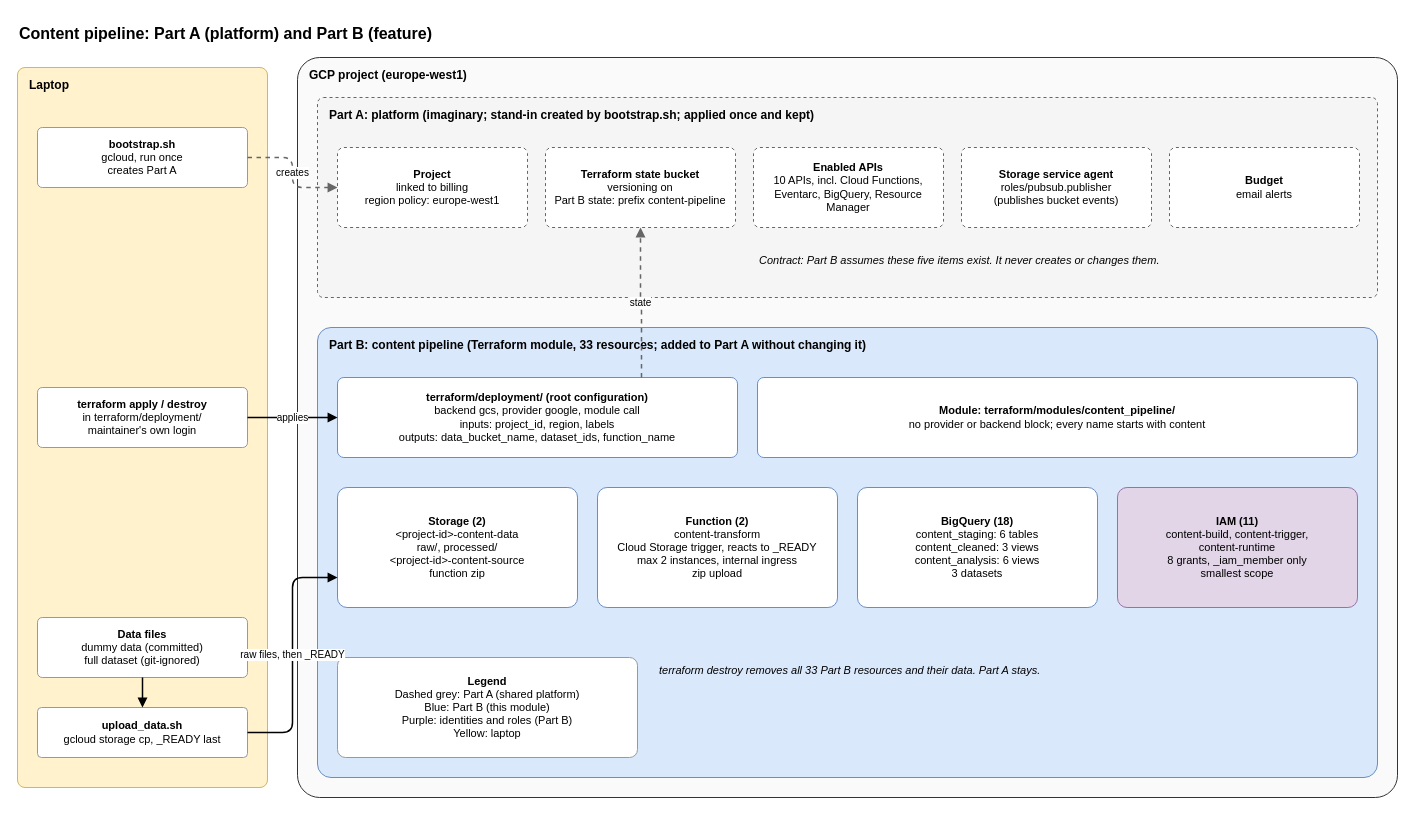
Above: page "Part A and Part B" (1 of 2) of assets/gcp-intelligence-platform/architecture.drawio in beatanemeth/gcp-content-intelligence-platform_planning (draw.io), before the change. Source tidied: cells renumbered, new cells numbered last; positions are measured from the earlier drawing's top-left corner, leaving out a move shared by most shapes. Both pictures are drawn from the tidied source at 100%, with x=0, y=0 at pixel (17, 17).
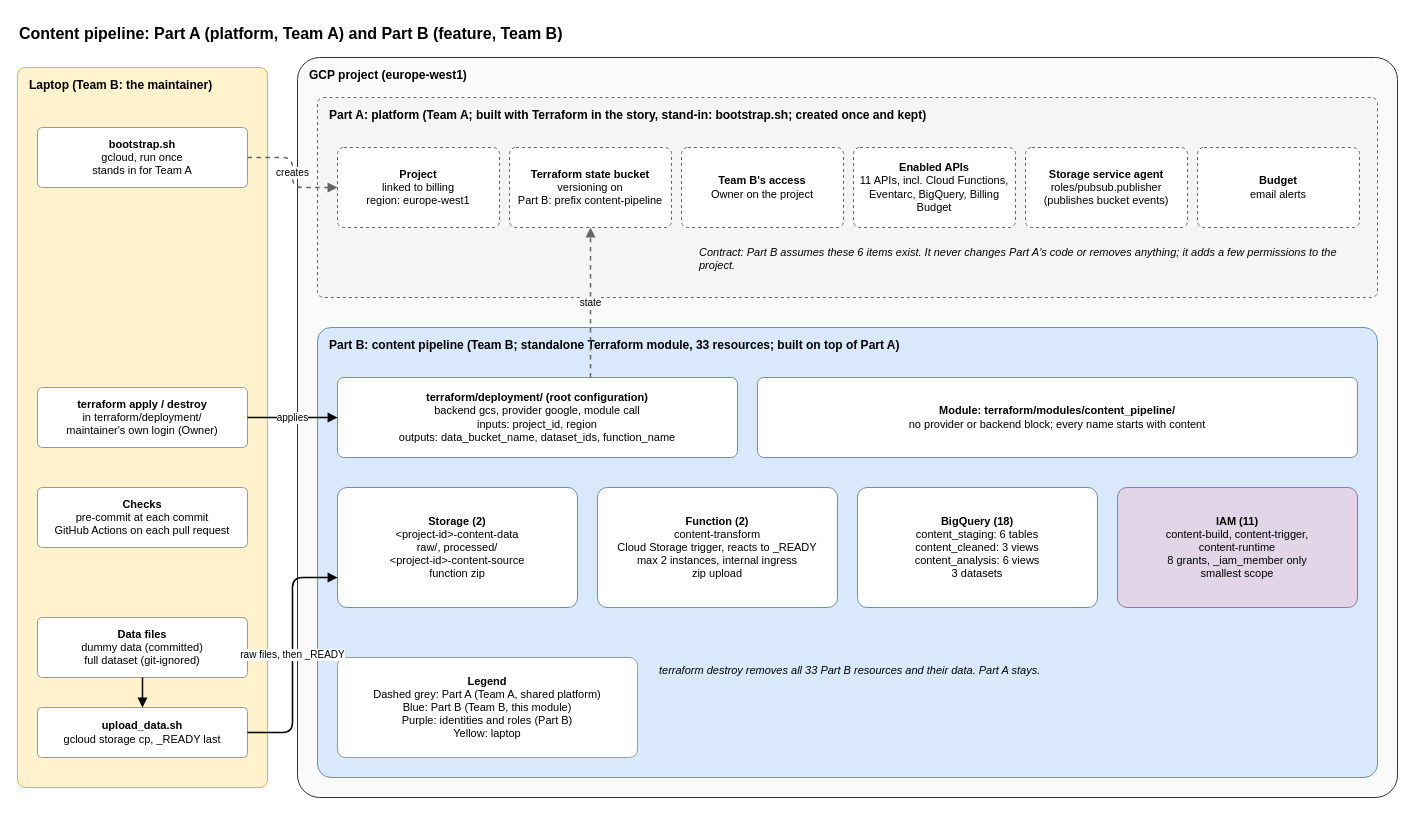
The same page after the edit.

Diff of the diagram source:
```diff
@@
-    <mxCell id="2" value="&lt;b&gt;Content pipeline: Part A (platform) and Part B (feature)&lt;/b&gt;" style="text;html=1;align=left;verticalAlign=top;whiteSpace=wrap;fontSize=16;" parent="1" vertex="1">
+    <mxCell id="2" value="&lt;b&gt;Content pipeline: Part A (platform, Team A) and Part B (feature, Team B)&lt;/b&gt;" style="text;html=1;align=left;verticalAlign=top;whiteSpace=wrap;fontSize=16;" parent="1" vertex="1">
       <mxGeometry width="1000" height="30" as="geometry" />
     </mxCell>
-    <mxCell id="3" value="Laptop" style="rounded=1;whiteSpace=wrap;html=1;arcSize=3;verticalAlign=top;align=left;spacingLeft=10;spacingTop=4;fontSize=12;fontStyle=1;fillColor=#fff2cc;strokeColor=#d6b656;" parent="1" vertex="1">
+    <mxCell id="3" value="Laptop (Team B: the maintainer)" style="rounded=1;whiteSpace=wrap;html=1;arcSize=3;verticalAlign=top;align=left;spacingLeft=10;spacingTop=4;fontSize=12;fontStyle=1;fillColor=#fff2cc;strokeColor=#d6b656;" parent="1" vertex="1">
       <mxGeometry y="50" width="250" height="720" as="geometry" />
     </mxCell>
-    <mxCell id="4" value="&lt;b&gt;bootstrap.sh&lt;/b&gt;&lt;br&gt;gcloud, run once&lt;br&gt;creates Part A" style="rounded=1;whiteSpace=wrap;html=1;arcSize=8;fontSize=11;fillColor=#ffffff;strokeColor=#999999;" parent="1" vertex="1">
+    <mxCell id="4" value="&lt;b&gt;bootstrap.sh&lt;/b&gt;&lt;br&gt;gcloud, run once&lt;br&gt;stands in for Team A" style="rounded=1;whiteSpace=wrap;html=1;arcSize=8;fontSize=11;fillColor=#ffffff;strokeColor=#999999;" parent="1" vertex="1">
       <mxGeometry x="20" y="110" width="210" height="60" as="geometry" />
     </mxCell>
-    <mxCell id="5" value="&lt;b&gt;terraform apply / destroy&lt;/b&gt;&lt;br&gt;in terraform/deployment/&lt;br&gt;maintainer's own login" style="rounded=1;whiteSpace=wrap;html=1;arcSize=8;fontSize=11;fillColor=#ffffff;strokeColor=#999999;" parent="1" vertex="1">
+    <mxCell id="5" value="&lt;b&gt;terraform apply / destroy&lt;/b&gt;&lt;br&gt;in terraform/deployment/&lt;br&gt;maintainer's own login (Owner)" style="rounded=1;whiteSpace=wrap;html=1;arcSize=8;fontSize=11;fillColor=#ffffff;strokeColor=#999999;" parent="1" vertex="1">
       <mxGeometry x="20" y="370" width="210" height="60" as="geometry" />
     </mxCell>
+    <mxCell id="30" value="&lt;b&gt;Checks&lt;/b&gt;&lt;br&gt;pre-commit at each commit&lt;br&gt;GitHub Actions on each pull request" style="rounded=1;whiteSpace=wrap;html=1;arcSize=8;fontSize=11;fillColor=#ffffff;strokeColor=#999999;" parent="1" vertex="1">
+      <mxGeometry x="20" y="470" width="210" height="60" as="geometry" />
+    </mxCell>
@@
-    <mxCell id="9" value="Part A: platform (imaginary; stand-in created by bootstrap.sh; applied once and kept)" style="rounded=1;whiteSpace=wrap;html=1;arcSize=3;verticalAlign=top;align=left;spacingLeft=10;spacingTop=4;fontSize=12;fontStyle=1;fillColor=#f5f5f5;strokeColor=#666666;dashed=1;" parent="1" vertex="1">
+    <mxCell id="9" value="Part A: platform (Team A; built with Terraform in the story, stand-in: bootstrap.sh; created once and kept)" style="rounded=1;whiteSpace=wrap;html=1;arcSize=3;verticalAlign=top;align=left;spacingLeft=10;spacingTop=4;fontSize=12;fontStyle=1;fillColor=#f5f5f5;strokeColor=#666666;dashed=1;" parent="1" vertex="1">
       <mxGeometry x="300" y="80" width="1060" height="200" as="geometry" />
     </mxCell>
-    <mxCell id="10" value="&lt;b&gt;Project&lt;/b&gt;&lt;br&gt;linked to billing&lt;br&gt;region policy: europe-west1" style="rounded=1;whiteSpace=wrap;html=1;arcSize=8;fontSize=11;fillColor=#ffffff;strokeColor=#666666;dashed=1;" parent="1" vertex="1">
-      <mxGeometry x="320" y="130" width="190" height="80" as="geometry" />
+    <mxCell id="10" value="&lt;b&gt;Project&lt;/b&gt;&lt;br&gt;linked to billing&lt;br&gt;region: europe-west1" style="rounded=1;whiteSpace=wrap;html=1;arcSize=8;fontSize=11;fillColor=#ffffff;strokeColor=#666666;dashed=1;" parent="1" vertex="1">
+      <mxGeometry x="320" y="130" width="162" height="80" as="geometry" />
     </mxCell>
+    <mxCell id="31" value="&lt;b&gt;Team B's access&lt;/b&gt;&lt;br&gt;Owner on the project" style="rounded=1;whiteSpace=wrap;html=1;arcSize=8;fontSize=11;fillColor=#ffffff;strokeColor=#666666;dashed=1;" parent="1" vertex="1">
+      <mxGeometry x="664" y="130" width="162" height="80" as="geometry" />
+    </mxCell>
-    <mxCell id="11" value="&lt;b&gt;Terraform state bucket&lt;/b&gt;&lt;br&gt;versioning on&lt;br&gt;Part B state: prefix content-pipeline" style="rounded=1;whiteSpace=wrap;html=1;arcSize=8;fontSize=11;fillColor=#ffffff;strokeColor=#666666;dashed=1;" parent="1" vertex="1">
-      <mxGeometry x="528" y="130" width="190" height="80" as="geometry" />
+    <mxCell id="11" value="&lt;b&gt;Terraform state bucket&lt;/b&gt;&lt;br&gt;versioning on&lt;br&gt;Part B: prefix content-pipeline" style="rounded=1;whiteSpace=wrap;html=1;arcSize=8;fontSize=11;fillColor=#ffffff;strokeColor=#666666;dashed=1;" parent="1" vertex="1">
+      <mxGeometry x="492" y="130" width="162" height="80" as="geometry" />
     </mxCell>
-    <mxCell id="12" value="&lt;b&gt;Enabled APIs&lt;/b&gt;&lt;br&gt;10 APIs, incl. Cloud Functions,&lt;br&gt;Eventarc, BigQuery, Resource Manager" style="rounded=1;whiteSpace=wrap;html=1;arcSize=8;fontSize=11;fillColor=#ffffff;strokeColor=#666666;dashed=1;" parent="1" vertex="1">
-      <mxGeometry x="736" y="130" width="190" height="80" as="geometry" />
+    <mxCell id="12" value="&lt;b&gt;Enabled APIs&lt;/b&gt;&lt;br&gt;11 APIs, incl. Cloud Functions,&lt;br&gt;Eventarc, BigQuery, Billing Budget" style="rounded=1;whiteSpace=wrap;html=1;arcSize=8;fontSize=11;fillColor=#ffffff;strokeColor=#666666;dashed=1;" parent="1" vertex="1">
+      <mxGeometry x="836" y="130" width="162" height="80" as="geometry" />
     </mxCell>
     <mxCell id="13" value="&lt;b&gt;Storage service agent&lt;/b&gt;&lt;br&gt;roles/pubsub.publisher&lt;br&gt;(publishes bucket events)" style="rounded=1;whiteSpace=wrap;html=1;arcSize=8;fontSize=11;fillColor=#ffffff;strokeColor=#666666;dashed=1;" parent="1" vertex="1">
-      <mxGeometry x="944" y="130" width="190" height="80" as="geometry" />
+      <mxGeometry x="1008" y="130" width="162" height="80" as="geometry" />
     </mxCell>
     <mxCell id="14" value="&lt;b&gt;Budget&lt;/b&gt;&lt;br&gt;email alerts" style="rounded=1;whiteSpace=wrap;html=1;arcSize=8;fontSize=11;fillColor=#ffffff;strokeColor=#666666;dashed=1;" parent="1" vertex="1">
-      <mxGeometry x="1152" y="130" width="190" height="80" as="geometry" />
+      <mxGeometry x="1180" y="130" width="162" height="80" as="geometry" />
     </mxCell>
-    <mxCell id="15" value="Contract: Part B assumes these five items exist. It never creates or changes them." style="text;html=1;align=left;verticalAlign=top;whiteSpace=wrap;fontSize=11;fontStyle=2;" parent="1" vertex="1">
-      <mxGeometry x="740" y="230" width="600" height="30" as="geometry" />
+    <mxCell id="15" value="Contract: Part B assumes these 6 items exist. It never changes Part A's code or removes anything; it adds a few permissions to the project." style="text;html=1;align=left;verticalAlign=top;whiteSpace=wrap;fontSize=11;fontStyle=2;" parent="1" vertex="1">
+      <mxGeometry x="680" y="222" width="660" height="40" as="geometry" />
     </mxCell>
-    <mxCell id="16" value="Part B: content pipeline (Terraform module, 33 resources; added to Part A without changing it)" style="rounded=1;whiteSpace=wrap;html=1;arcSize=3;verticalAlign=top;align=left;spacingLeft=10;spacingTop=4;fontSize=12;fontStyle=1;fillColor=#dae8fc;strokeColor=#6c8ebf;" parent="1" vertex="1">
+    <mxCell id="16" value="Part B: content pipeline (Team B; standalone Terraform module, 33 resources; built on top of Part A)" style="rounded=1;whiteSpace=wrap;html=1;arcSize=3;verticalAlign=top;align=left;spacingLeft=10;spacingTop=4;fontSize=12;fontStyle=1;fillColor=#dae8fc;strokeColor=#6c8ebf;" parent="1" vertex="1">
       <mxGeometry x="300" y="310" width="1060" height="450" as="geometry" />
     </mxCell>
-    <mxCell id="17" value="&lt;b&gt;terraform/deployment/ (root configuration)&lt;/b&gt;&lt;br&gt;backend gcs, provider google, module call&lt;br&gt;inputs: project_id, region, labels&lt;br&gt;outputs: data_bucket_name, dataset_ids, function_name" style="rounded=1;whiteSpace=wrap;html=1;arcSize=8;fontSize=11;fillColor=#ffffff;strokeColor=#6c8ebf;" parent="1" vertex="1">
+    <mxCell id="17" value="&lt;b&gt;terraform/deployment/ (root configuration)&lt;/b&gt;&lt;br&gt;backend gcs, provider google, module call&lt;br&gt;inputs: project_id, region&lt;br&gt;outputs: data_bucket_name, dataset_ids, function_name" style="rounded=1;whiteSpace=wrap;html=1;arcSize=8;fontSize=11;fillColor=#ffffff;strokeColor=#6c8ebf;" parent="1" vertex="1">
       <mxGeometry x="320" y="360" width="400" height="80" as="geometry" />
     </mxCell>
@@
-    <mxCell id="23" value="&lt;b&gt;Legend&lt;/b&gt;&lt;br&gt;Dashed grey: Part A (shared platform)&lt;br&gt;Blue: Part B (this module)&lt;br&gt;Purple: identities and roles (Part B)&lt;br&gt;Yellow: laptop" style="rounded=1;whiteSpace=wrap;html=1;arcSize=8;fontSize=11;fillColor=#ffffff;strokeColor=#999999;" parent="1" vertex="1">
+    <mxCell id="23" value="&lt;b&gt;Legend&lt;/b&gt;&lt;br&gt;Dashed grey: Part A (Team A, shared platform)&lt;br&gt;Blue: Part B (Team B, this module)&lt;br&gt;Purple: identities and roles (Part B)&lt;br&gt;Yellow: laptop" style="rounded=1;whiteSpace=wrap;html=1;arcSize=8;fontSize=11;fillColor=#ffffff;strokeColor=#999999;" parent="1" vertex="1">
       <mxGeometry x="320" y="640" width="300" height="100" as="geometry" />
     </mxCell>
@@
-    <mxCell id="27" value="state" style="edgeStyle=orthogonalEdgeStyle;rounded=1;html=1;endArrow=block;endFill=1;fontSize=10;labelBackgroundColor=#ffffff;strokeWidth=1.5;dashed=1;strokeColor=#666666;exitX=0.76;exitY=0;entryX=0.5;entryY=1;" parent="1" edge="1" source="17" target="11">
+    <mxCell id="27" value="state" style="edgeStyle=orthogonalEdgeStyle;rounded=1;html=1;endArrow=block;endFill=1;fontSize=10;labelBackgroundColor=#ffffff;strokeWidth=1.5;dashed=1;strokeColor=#666666;exitX=0.6325;exitY=0;entryX=0.5;entryY=1;" parent="1" edge="1" source="17" target="11">
       <mxGeometry relative="1" as="geometry" />
     </mxCell>
```
